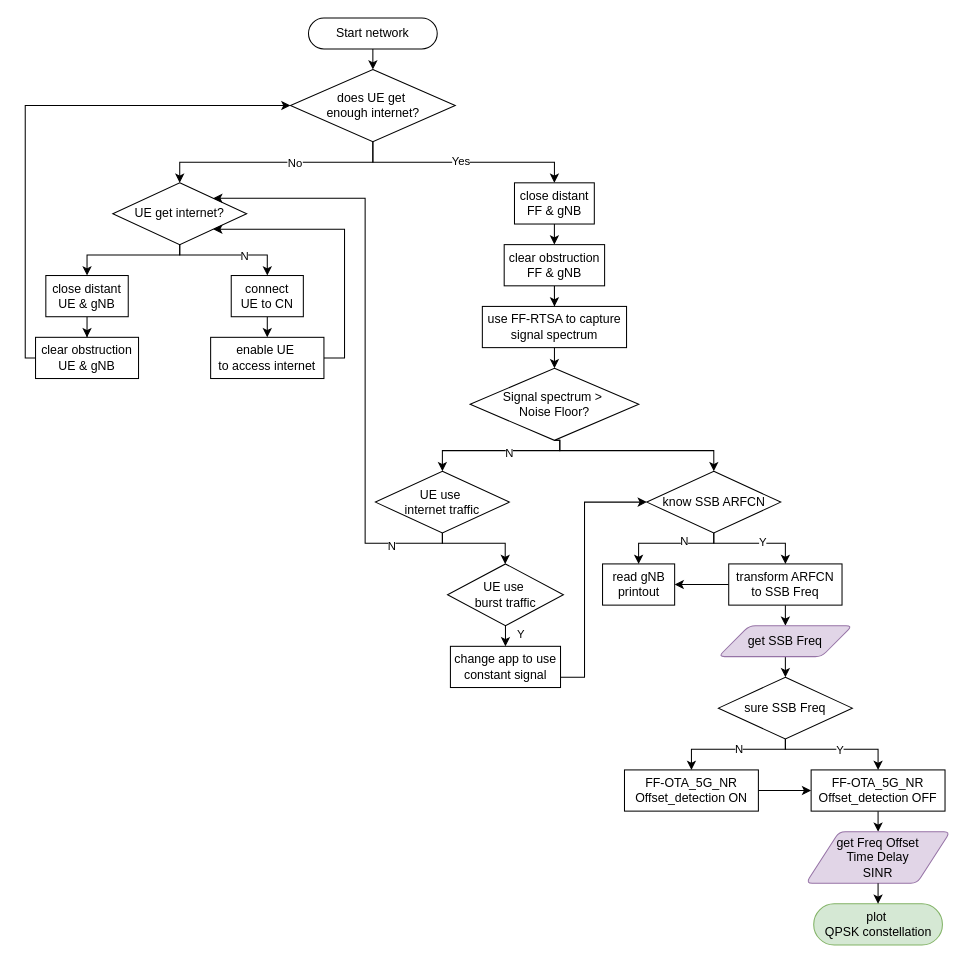
Before: page "collect_info" (1 of 2) of IQ_constellation.drawio in pchat-imm/IQ_constellation, a draw.io diagram. Source tidied: cells renumbered, new cells numbered last; positions are measured from the earlier drawing's top-left corner, leaving out a move shared by most shapes. Both pictures are drawn from the tidied source at 103%, with x=0, y=0 at pixel (25, 18).
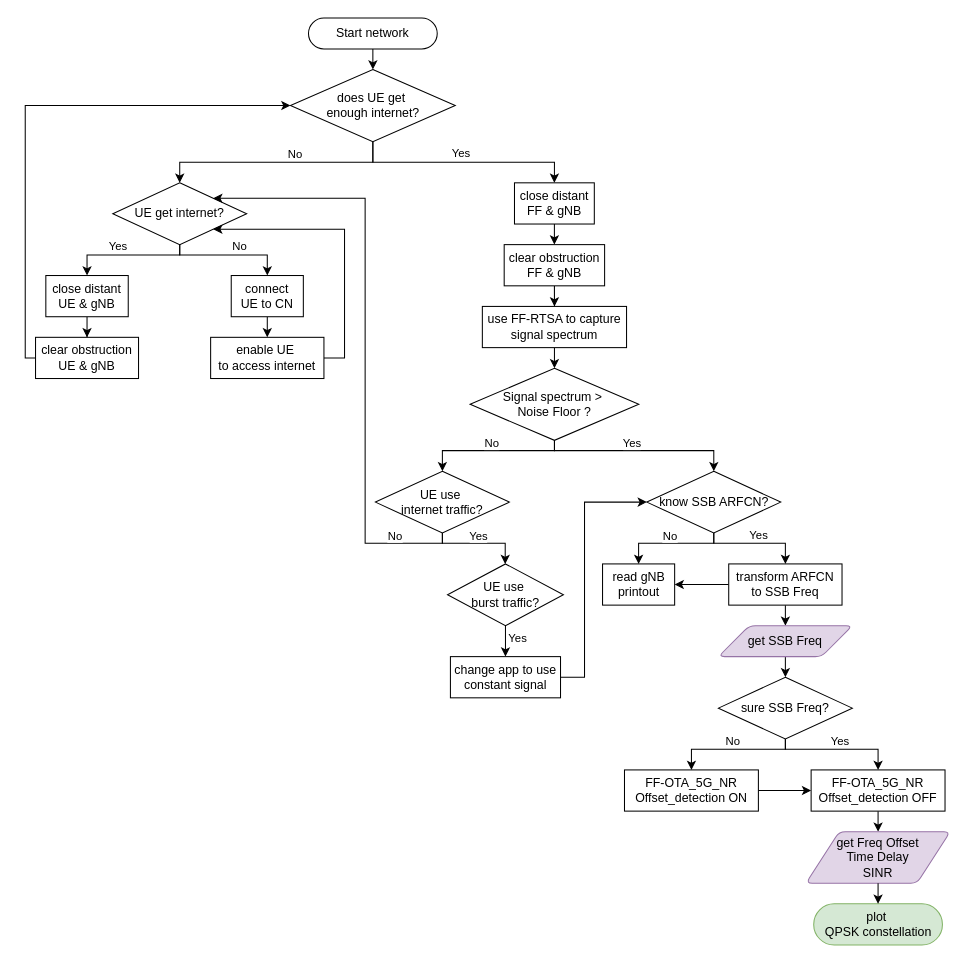
The same diagram, later.

The change refers to these unchanged cells:
```xml
<mxCell id="6" style="edgeStyle=orthogonalEdgeStyle;rounded=0;jettySize=auto;html=1;exitX=0.5;exitY=1;exitDx=0;exitDy=0;entryX=0.5;entryY=0;entryDx=0;entryDy=0;" parent="1" edge="1" source="10" target="20">
  <mxGeometry relative="1" as="geometry" />
</mxCell>
<mxCell id="8" style="edgeStyle=orthogonalEdgeStyle;rounded=0;jettySize=auto;html=1;exitX=0.5;exitY=1;exitDx=0;exitDy=0;entryX=0.5;entryY=0;entryDx=0;entryDy=0;" parent="1" edge="1" source="10" target="12">
  <mxGeometry relative="1" as="geometry" />
</mxCell>
<mxCell id="17" style="edgeStyle=orthogonalEdgeStyle;rounded=0;jettySize=auto;html=1;exitX=0.5;exitY=1;exitDx=0;exitDy=0;entryX=0.5;entryY=0;entryDx=0;entryDy=0;" parent="1" edge="1" source="20" target="22">
  <mxGeometry relative="1" as="geometry">
    <Array as="points">
      <mxPoint x="150" y="230" />
      <mxPoint x="60" y="230" />
    </Array>
  </mxGeometry>
</mxCell>
<mxCell id="18" style="edgeStyle=orthogonalEdgeStyle;rounded=0;jettySize=auto;html=1;exitX=0.5;exitY=1;exitDx=0;exitDy=0;entryX=0.5;entryY=0;entryDx=0;entryDy=0;" parent="1" edge="1" source="20" target="26">
  <mxGeometry relative="1" as="geometry">
    <Array as="points">
      <mxPoint x="150" y="230" />
      <mxPoint x="235" y="230" />
    </Array>
  </mxGeometry>
</mxCell>
<mxCell id="33" style="edgeStyle=orthogonalEdgeStyle;rounded=0;jettySize=auto;html=1;exitX=0.5;exitY=1;exitDx=0;exitDy=0;entryX=0.5;entryY=0;entryDx=0;entryDy=0;" parent="1" edge="1" source="37" target="41">
  <mxGeometry relative="1" as="geometry">
    <Array as="points">
      <mxPoint x="669" y="510" />
      <mxPoint x="596" y="510" />
    </Array>
  </mxGeometry>
</mxCell>
<mxCell id="35" style="edgeStyle=orthogonalEdgeStyle;rounded=0;jettySize=auto;html=1;exitX=0.5;exitY=1;exitDx=0;exitDy=0;" parent="1" edge="1" source="37" target="40">
  <mxGeometry relative="1" as="geometry">
    <Array as="points">
      <mxPoint x="669" y="510" />
      <mxPoint x="738" y="510" />
    </Array>
  </mxGeometry>
</mxCell>
<mxCell id="42" style="edgeStyle=orthogonalEdgeStyle;rounded=0;jettySize=auto;html=1;exitX=0.5;exitY=1;exitDx=0;exitDy=0;entryX=1;entryY=0;entryDx=0;entryDy=0;" parent="1" edge="1" source="45" target="20">
  <mxGeometry relative="1" as="geometry">
    <Array as="points">
      <mxPoint x="405" y="510" />
      <mxPoint x="330" y="510" />
      <mxPoint x="330" y="175" />
    </Array>
  </mxGeometry>
</mxCell>
<mxCell id="44" style="edgeStyle=orthogonalEdgeStyle;rounded=0;jettySize=auto;html=1;exitX=0.5;exitY=1;exitDx=0;exitDy=0;" parent="1" edge="1" source="45" target="48">
  <mxGeometry relative="1" as="geometry">
    <Array as="points">
      <mxPoint x="405" y="510" />
      <mxPoint x="466" y="510" />
    </Array>
  </mxGeometry>
</mxCell>
<mxCell id="46" style="edgeStyle=orthogonalEdgeStyle;rounded=0;jettySize=auto;html=1;exitX=0.5;exitY=1;exitDx=0;exitDy=0;entryX=0.5;entryY=0;entryDx=0;entryDy=0;" parent="1" edge="1" source="48" target="50">
  <mxGeometry relative="1" as="geometry" />
</mxCell>
<mxCell id="53" style="edgeStyle=orthogonalEdgeStyle;rounded=0;jettySize=auto;html=1;exitX=0.5;exitY=1;exitDx=0;exitDy=0;entryX=0.5;entryY=0;entryDx=0;entryDy=0;" parent="1" edge="1" source="57" target="59">
  <mxGeometry relative="1" as="geometry">
    <Array as="points">
      <mxPoint x="738" y="710" />
      <mxPoint x="647" y="710" />
    </Array>
  </mxGeometry>
</mxCell>
<mxCell id="55" style="edgeStyle=orthogonalEdgeStyle;rounded=0;jettySize=auto;html=1;exitX=0.5;exitY=1;exitDx=0;exitDy=0;entryX=0.5;entryY=0;entryDx=0;entryDy=0;" parent="1" edge="1" source="57" target="61">
  <mxGeometry relative="1" as="geometry">
    <Array as="points">
      <mxPoint x="738" y="710" />
      <mxPoint x="828" y="710" />
    </Array>
  </mxGeometry>
</mxCell>
```

The edit, as a diff of the source:
```diff
@@
     <mxCell id="7" value="No" style="edgeLabel;html=1;align=center;verticalAlign=middle;" parent="6" vertex="1">
-      <mxGeometry x="-0.16" relative="1" as="geometry" />
+      <mxGeometry x="-0.16" relative="1" as="geometry">
+        <mxPoint y="-9" as="offset" />
+      </mxGeometry>
     </mxCell>
@@
     <mxCell id="9" value="Yes" style="edgeLabel;html=1;align=center;verticalAlign=middle;" parent="8" vertex="1">
-      <mxGeometry x="-0.03" y="2" relative="1" as="geometry" />
+      <mxGeometry x="-0.03" y="2" relative="1" as="geometry">
+        <mxPoint y="-8" as="offset" />
+      </mxGeometry>
     </mxCell>
@@
+    <mxCell id="65" value="Yes" style="edgeLabel;html=1;align=center;verticalAlign=middle;" parent="17" vertex="1">
+      <mxGeometry x="0.13" y="-3" relative="1" as="geometry">
+        <mxPoint x="-3" y="-6" as="offset" />
+      </mxGeometry>
+    </mxCell>
@@
-    <mxCell id="19" value="N" style="edgeLabel;html=1;align=center;verticalAlign=middle;" parent="18" vertex="1">
-      <mxGeometry x="0.26" relative="1" as="geometry" />
-    </mxCell>
+    <mxCell id="66" value="No" style="edgeLabel;html=1;align=center;verticalAlign=middle;" parent="18" vertex="1">
+      <mxGeometry x="0.01" y="-2" relative="1" as="geometry">
+        <mxPoint x="9" y="-11" as="offset" />
+      </mxGeometry>
+    </mxCell>
@@
+    <mxCell id="31" style="edgeStyle=orthogonalEdgeStyle;rounded=0;jettySize=auto;html=1;exitX=0.5;exitY=1;exitDx=0;exitDy=0;entryX=0.5;entryY=0;entryDx=0;entryDy=0;" parent="1" edge="1" source="32" target="37">
+      <mxGeometry relative="1" as="geometry">
+        <Array as="points">
+          <mxPoint x="514" y="420" />
+          <mxPoint x="669" y="420" />
+        </Array>
+      </mxGeometry>
+    </mxCell>
+    <mxCell id="67" value="Yes" style="edgeLabel;html=1;align=center;verticalAlign=middle;" parent="31" vertex="1">
+      <mxGeometry x="-0.21" y="-3" relative="1" as="geometry">
+        <mxPoint x="12" y="-11" as="offset" />
+      </mxGeometry>
+    </mxCell>
     <mxCell id="29" style="edgeStyle=orthogonalEdgeStyle;rounded=0;jettySize=auto;html=1;exitX=0.5;exitY=1;exitDx=0;exitDy=0;entryX=0.5;entryY=0;entryDx=0;entryDy=0;" parent="1" edge="1" source="32" target="45">
       <mxGeometry relative="1" as="geometry">
         <Array as="points">
-          <mxPoint x="519" y="420" />
+          <mxPoint x="514" y="420" />
           <mxPoint x="405" y="420" />
         </Array>
       </mxGeometry>
     </mxCell>
-    <mxCell id="30" value="N" style="edgeLabel;html=1;align=center;verticalAlign=middle;" parent="29" vertex="1">
-      <mxGeometry x="-0.13" y="2" relative="1" as="geometry" />
-    </mxCell>
-    <mxCell id="31" style="edgeStyle=orthogonalEdgeStyle;rounded=0;jettySize=auto;html=1;exitX=0.5;exitY=1;exitDx=0;exitDy=0;entryX=0.5;entryY=0;entryDx=0;entryDy=0;" parent="1" edge="1" source="32" target="37">
-      <mxGeometry relative="1" as="geometry">
-        <Array as="points">
-          <mxPoint x="519" y="420" />
-          <mxPoint x="668" y="420" />
-        </Array>
-      </mxGeometry>
-    </mxCell>
+    <mxCell id="68" value="No" style="edgeLabel;html=1;align=center;verticalAlign=middle;" parent="29" vertex="1">
+      <mxGeometry x="0.03" y="1" relative="1" as="geometry">
+        <mxPoint y="-9" as="offset" />
+      </mxGeometry>
+    </mxCell>
-    <mxCell id="32" value="&lt;div&gt;Signal spectrum &amp;gt;&amp;nbsp;&lt;/div&gt;&lt;div&gt;Noise Floor?&lt;/div&gt;" style="shape=rhombus;html=1;dashed=0;whiteSpace=wrap;perimeter=rhombusPerimeter;" parent="1" vertex="1">
+    <mxCell id="32" value="&lt;div&gt;Signal spectrum &amp;gt;&amp;nbsp;&lt;/div&gt;&lt;div&gt;Noise Floor ?&lt;/div&gt;" style="shape=rhombus;html=1;dashed=0;whiteSpace=wrap;perimeter=rhombusPerimeter;" parent="1" vertex="1">
       <mxGeometry x="431.9" y="340" width="163.8" height="70" as="geometry" />
     </mxCell>
@@
-    <mxCell id="34" value="N" style="edgeLabel;html=1;align=center;verticalAlign=middle;" parent="33" vertex="1">
-      <mxGeometry x="-0.25" y="-3" relative="1" as="geometry" />
-    </mxCell>
+    <mxCell id="69" value="No" style="edgeLabel;html=1;align=center;verticalAlign=middle;" parent="33" vertex="1">
+      <mxGeometry x="-0.1" y="3" relative="1" as="geometry">
+        <mxPoint x="-7" y="-11" as="offset" />
+      </mxGeometry>
+    </mxCell>
@@
-    <mxCell id="36" value="Y" style="edgeLabel;html=1;align=center;verticalAlign=middle;" parent="35" vertex="1">
-      <mxGeometry x="0.14" y="2" relative="1" as="geometry" />
-    </mxCell>
+    <mxCell id="70" value="Yes" style="edgeLabel;html=1;align=center;verticalAlign=middle;" parent="35" vertex="1">
+      <mxGeometry x="0.18" relative="1" as="geometry">
+        <mxPoint x="-6" y="-9" as="offset" />
+      </mxGeometry>
+    </mxCell>
-    <mxCell id="37" value="know SSB ARFCN" style="shape=rhombus;html=1;dashed=0;whiteSpace=wrap;perimeter=rhombusPerimeter;" parent="1" vertex="1">
+    <mxCell id="37" value="know SSB ARFCN?" style="shape=rhombus;html=1;dashed=0;whiteSpace=wrap;perimeter=rhombusPerimeter;" parent="1" vertex="1">
       <mxGeometry x="603.5" y="440" width="130" height="60" as="geometry" />
     </mxCell>
@@
-    <mxCell id="43" value="N" style="edgeLabel;html=1;align=center;verticalAlign=middle;" parent="42" vertex="1">
-      <mxGeometry x="-0.79" y="2" relative="1" as="geometry" />
-    </mxCell>
+    <mxCell id="71" value="No" style="edgeLabel;html=1;align=center;verticalAlign=middle;" parent="42" vertex="1">
+      <mxGeometry x="-0.79" y="1" relative="1" as="geometry">
+        <mxPoint x="3" y="-9" as="offset" />
+      </mxGeometry>
+    </mxCell>
@@
+    <mxCell id="72" value="Yes" style="edgeLabel;html=1;align=center;verticalAlign=middle;" parent="44" vertex="1">
+      <mxGeometry x="0.03" relative="1" as="geometry">
+        <mxPoint x="-3" y="-8" as="offset" />
+      </mxGeometry>
+    </mxCell>
-    <mxCell id="45" value="&lt;div&gt;UE use&amp;nbsp;&lt;/div&gt;&lt;div&gt;internet traffic&lt;/div&gt;" style="shape=rhombus;html=1;dashed=0;whiteSpace=wrap;perimeter=rhombusPerimeter;" parent="1" vertex="1">
+    <mxCell id="45" value="&lt;div&gt;UE use&amp;nbsp;&lt;/div&gt;&lt;div&gt;internet traffic?&lt;/div&gt;" style="shape=rhombus;html=1;dashed=0;whiteSpace=wrap;perimeter=rhombusPerimeter;" parent="1" vertex="1">
       <mxGeometry x="340" y="440" width="130" height="60" as="geometry" />
     </mxCell>
@@
-    <mxCell id="47" value="Y" style="edgeLabel;html=1;align=center;verticalAlign=middle;" parent="46" vertex="1">
-      <mxGeometry x="-0.3" y="2" relative="1" as="geometry">
-        <mxPoint x="12" as="offset" />
-      </mxGeometry>
-    </mxCell>
+    <mxCell id="73" value="Yes" style="edgeLabel;html=1;align=center;verticalAlign=middle;" parent="46" vertex="1">
+      <mxGeometry x="-0.41" y="-2" relative="1" as="geometry">
+        <mxPoint x="13" y="2" as="offset" />
+      </mxGeometry>
+    </mxCell>
-    <mxCell id="48" value="&lt;div&gt;UE use&amp;nbsp;&lt;/div&gt;&lt;div&gt;burst traffic&lt;/div&gt;" style="shape=rhombus;html=1;dashed=0;whiteSpace=wrap;perimeter=rhombusPerimeter;" parent="1" vertex="1">
+    <mxCell id="48" value="&lt;div&gt;UE use&amp;nbsp;&lt;/div&gt;&lt;div&gt;burst traffic?&lt;/div&gt;" style="shape=rhombus;html=1;dashed=0;whiteSpace=wrap;perimeter=rhombusPerimeter;" parent="1" vertex="1">
       <mxGeometry x="410" y="530" width="112.5" height="60" as="geometry" />
     </mxCell>
@@
     <mxCell id="50" value="change app to use constant signal" style="html=1;dashed=0;whiteSpace=wrap;" parent="1" vertex="1">
-      <mxGeometry x="412.8" y="610" width="106.9" height="40" as="geometry" />
+      <mxGeometry x="412.8" y="620" width="106.9" height="40" as="geometry" />
     </mxCell>
@@
-    <mxCell id="54" value="N" style="edgeLabel;html=1;align=center;verticalAlign=middle;" parent="53" vertex="1">
-      <mxGeometry x="-0.08" y="-1" relative="1" as="geometry" />
-    </mxCell>
+    <mxCell id="74" value="No" style="edgeLabel;html=1;align=center;verticalAlign=middle;" parent="53" vertex="1">
+      <mxGeometry x="-0.11" y="-2" relative="1" as="geometry">
+        <mxPoint x="-8" y="-7" as="offset" />
+      </mxGeometry>
+    </mxCell>
@@
-    <mxCell id="56" value="Y" style="edgeLabel;html=1;align=center;verticalAlign=middle;" parent="55" vertex="1">
-      <mxGeometry x="0.03" relative="1" as="geometry" />
-    </mxCell>
+    <mxCell id="75" value="Yes" style="edgeLabel;html=1;align=center;verticalAlign=middle;" parent="55" vertex="1">
+      <mxGeometry x="0.2" y="-1" relative="1" as="geometry">
+        <mxPoint x="-10" y="-10" as="offset" />
+      </mxGeometry>
+    </mxCell>
-    <mxCell id="57" value="sure SSB Freq" style="shape=rhombus;html=1;dashed=0;whiteSpace=wrap;perimeter=rhombusPerimeter;" parent="1" vertex="1">
+    <mxCell id="57" value="sure SSB Freq?" style="shape=rhombus;html=1;dashed=0;whiteSpace=wrap;perimeter=rhombusPerimeter;" parent="1" vertex="1">
       <mxGeometry x="673" y="640" width="130" height="60" as="geometry" />
     </mxCell>
```
